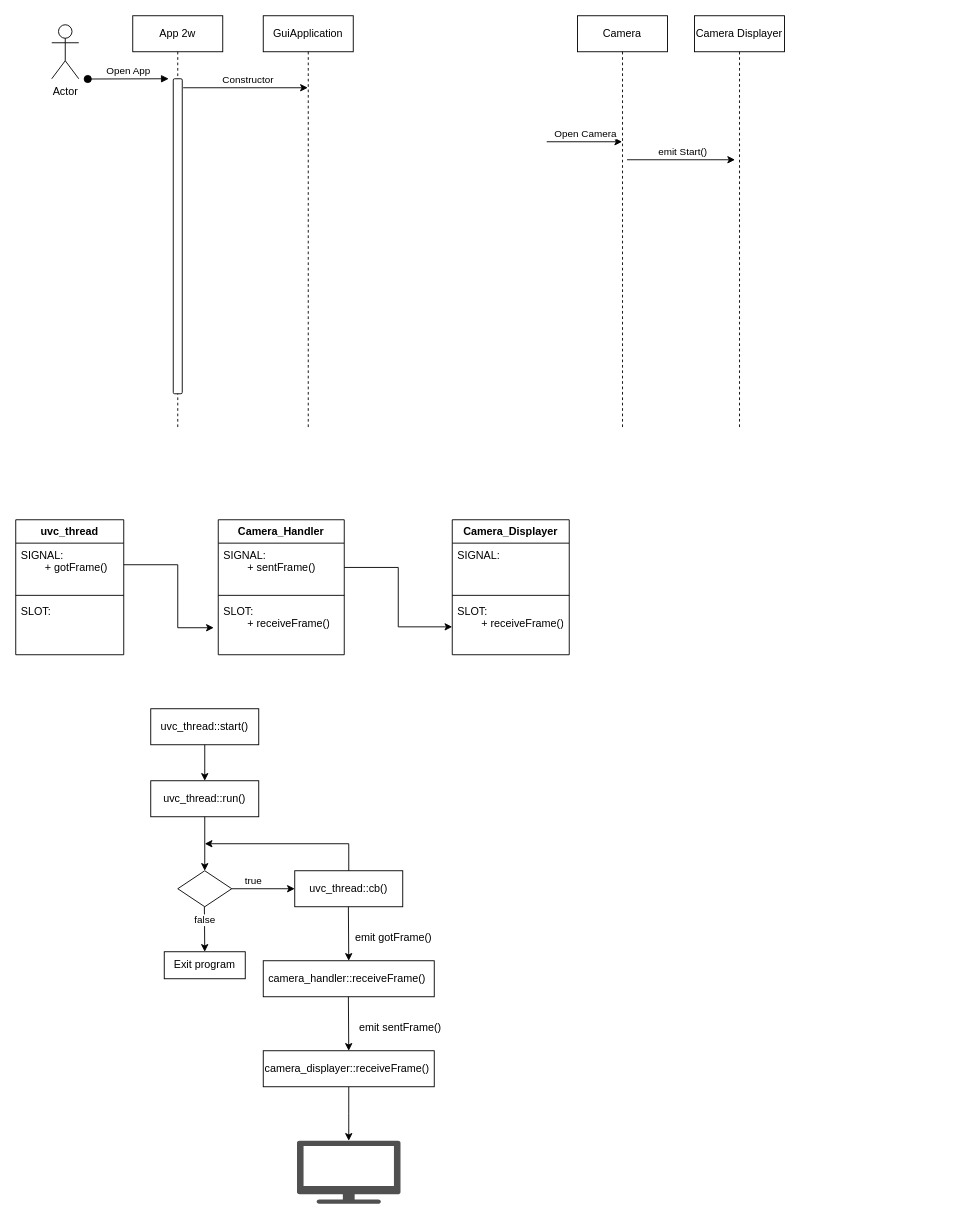
The draw.io diagram Stream_Flow.drawio in GNV8HC/Exercise, before the edit. Source tidied: cells renumbered, new cells numbered last; positions are measured from the earlier drawing's top-left corner, leaving out a move shared by most shapes. Both pictures are drawn from the tidied source at 90%, with x=0, y=0 at pixel (15, 15).
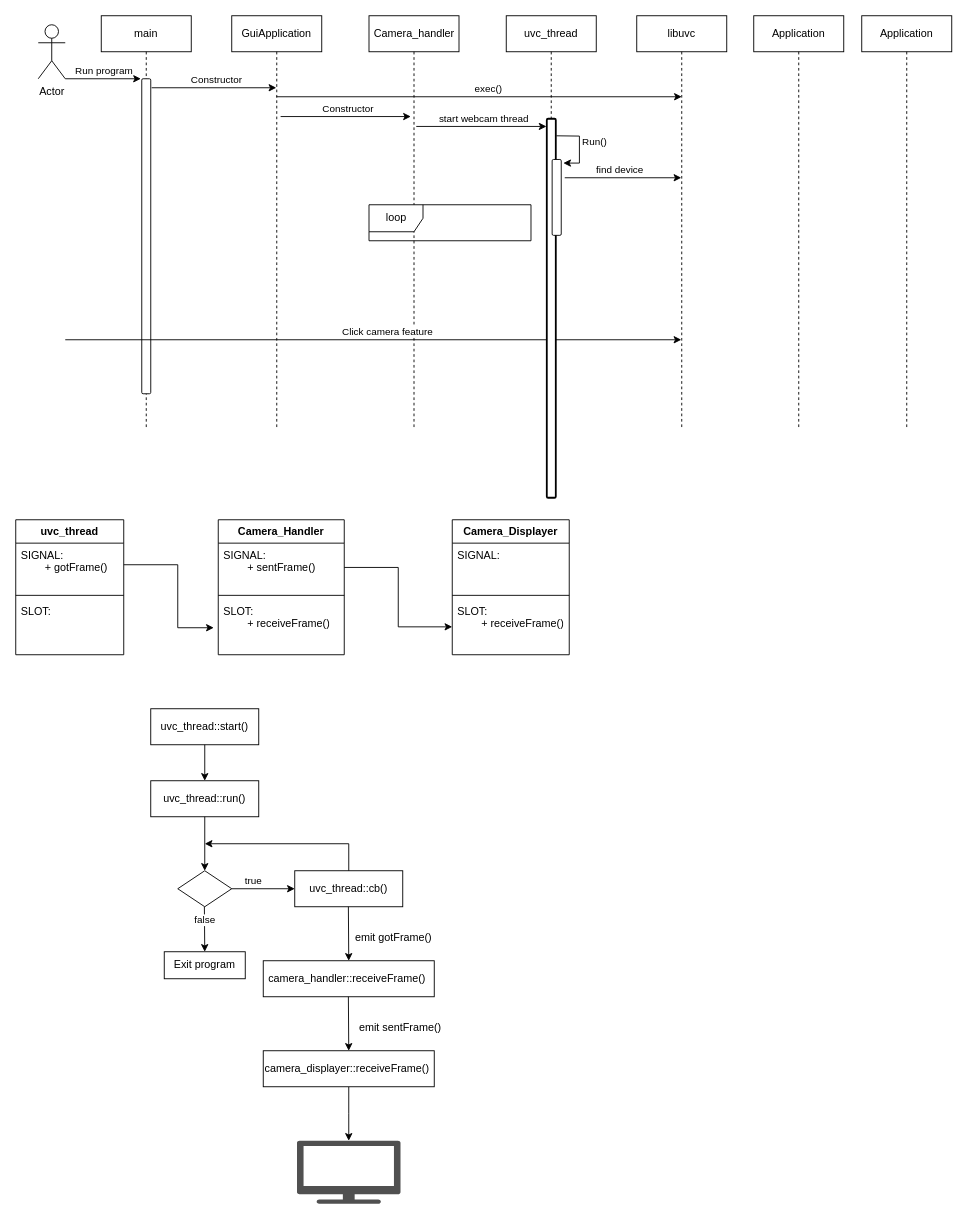
After the change.

What changed in the source:
```diff
@@
-    <mxCell id="2" value="App 2w" style="shape=umlLifeline;perimeter=lifelinePerimeter;whiteSpace=wrap;html=1;newEdgeStyle={&quot;edgeStyle&quot;:&quot;elbowEdgeStyle&quot;,&quot;elbow&quot;:&quot;vertical&quot;,&quot;curved&quot;:0,&quot;rounded&quot;:0};" parent="1" vertex="1">
-      <mxGeometry x="130" width="100" height="460" as="geometry" />
+    <mxCell id="2" value="main" style="shape=umlLifeline;perimeter=lifelinePerimeter;whiteSpace=wrap;html=1;newEdgeStyle={&quot;edgeStyle&quot;:&quot;elbowEdgeStyle&quot;,&quot;elbow&quot;:&quot;vertical&quot;,&quot;curved&quot;:0,&quot;rounded&quot;:0};" parent="1" vertex="1">
+      <mxGeometry x="95" width="100" height="460" as="geometry" />
     </mxCell>
-    <mxCell id="3" value="Actor" style="shape=umlActor;verticalLabelPosition=bottom;verticalAlign=top;html=1;" parent="1" vertex="1">
-      <mxGeometry x="40" y="10" width="30" height="60" as="geometry" />
-    </mxCell>
-    <mxCell id="4" value="Open App" style="html=1;verticalAlign=bottom;startArrow=oval;endArrow=block;startSize=8;edgeStyle=elbowEdgeStyle;elbow=vertical;curved=0;rounded=0;" parent="1" edge="1">
-      <mxGeometry relative="1" as="geometry">
-        <mxPoint x="80" y="70.3" as="sourcePoint" />
-        <mxPoint x="170" y="70" as="targetPoint" />
-      </mxGeometry>
-    </mxCell>
     <mxCell id="5" style="rounded=1;whiteSpace=wrap;html=1;rotation=90;" parent="1" vertex="1">
-      <mxGeometry x="5" y="240" width="350" height="10" as="geometry" />
+      <mxGeometry x="-30" y="240" width="350" height="10" as="geometry" />
     </mxCell>
-    <mxCell id="6" value="Camera" style="shape=umlLifeline;perimeter=lifelinePerimeter;whiteSpace=wrap;html=1;outlineConnect=0;portConstraint=eastwest;newEdgeStyle={&quot;edgeStyle&quot;:&quot;elbowEdgeStyle&quot;,&quot;elbow&quot;:&quot;vertical&quot;,&quot;curved&quot;:0,&quot;rounded&quot;:0};" parent="1" vertex="1">
-      <mxGeometry x="624.2" width="100" height="460" as="geometry" />
+    <mxCell id="6" value="Camera_handler" style="shape=umlLifeline;perimeter=lifelinePerimeter;whiteSpace=wrap;html=1;outlineConnect=0;portConstraint=eastwest;newEdgeStyle={&quot;edgeStyle&quot;:&quot;elbowEdgeStyle&quot;,&quot;elbow&quot;:&quot;vertical&quot;,&quot;curved&quot;:0,&quot;rounded&quot;:0};" parent="1" vertex="1">
+      <mxGeometry x="392.5" width="100" height="460" as="geometry" />
     </mxCell>
-    <mxCell id="7" style="endArrow=classic;html=1;rounded=0;" parent="1" edge="1" target="6">
+    <mxCell id="7" style="endArrow=classic;html=1;rounded=0;" parent="1" edge="1">
       <mxGeometry relative="1" as="geometry">
-        <mxPoint x="590" y="140" as="sourcePoint" />
+        <mxPoint x="294.3" y="112" as="sourcePoint" />
+        <mxPoint x="439" y="112" as="targetPoint" />
       </mxGeometry>
     </mxCell>
-    <mxCell id="8" value="Open Camera" style="edgeLabel;html=1;align=center;verticalAlign=middle;" parent="7" vertex="1">
+    <mxCell id="8" value="Constructor" style="edgeLabel;html=1;align=center;verticalAlign=middle;" parent="7" vertex="1">
       <mxGeometry x="0.05" y="-1" relative="1" as="geometry">
         <mxPoint x="-2" y="-11" as="offset" />
       </mxGeometry>
     </mxCell>
-    <mxCell id="9" value="Camera Displayer" style="shape=umlLifeline;perimeter=lifelinePerimeter;whiteSpace=wrap;html=1;newEdgeStyle={&quot;edgeStyle&quot;:&quot;elbowEdgeStyle&quot;,&quot;elbow&quot;:&quot;vertical&quot;,&quot;curved&quot;:0,&quot;rounded&quot;:0};" parent="1" vertex="1">
-      <mxGeometry x="754.2" width="100" height="460" as="geometry" />
+    <mxCell id="9" value="Application" style="shape=umlLifeline;perimeter=lifelinePerimeter;whiteSpace=wrap;html=1;newEdgeStyle={&quot;edgeStyle&quot;:&quot;elbowEdgeStyle&quot;,&quot;elbow&quot;:&quot;vertical&quot;,&quot;curved&quot;:0,&quot;rounded&quot;:0};" parent="1" vertex="1">
+      <mxGeometry x="820" width="100" height="460" as="geometry" />
     </mxCell>
-    <mxCell id="10" style="endArrow=classic;html=1;rounded=0;" parent="1" edge="1">
+    <mxCell id="10" style="endArrow=classic;html=1;rounded=0;" parent="1" edge="1" source="46">
       <mxGeometry relative="1" as="geometry">
-        <mxPoint x="679.2" y="160" as="sourcePoint" />
-        <mxPoint x="799.2" y="160" as="targetPoint" />
+        <mxPoint x="740" y="90" as="targetPoint" />
       </mxGeometry>
     </mxCell>
-    <mxCell id="11" value="emit Start()" style="edgeLabel;html=1;align=center;verticalAlign=middle;" parent="10" vertex="1">
+    <mxCell id="11" value="exec()" style="edgeLabel;html=1;align=center;verticalAlign=middle;" parent="10" vertex="1">
       <mxGeometry x="0.05" y="-1" relative="1" as="geometry">
         <mxPoint x="-2" y="-11" as="offset" />
       </mxGeometry>
     </mxCell>
@@
     <mxCell id="46" value="GuiApplication" style="shape=umlLifeline;perimeter=lifelinePerimeter;whiteSpace=wrap;html=1;outlineConnect=0;portConstraint=eastwest;newEdgeStyle={&quot;edgeStyle&quot;:&quot;elbowEdgeStyle&quot;,&quot;elbow&quot;:&quot;vertical&quot;,&quot;curved&quot;:0,&quot;rounded&quot;:0};" parent="1" vertex="1">
-      <mxGeometry x="275" width="100" height="460" as="geometry" />
+      <mxGeometry x="240" width="100" height="460" as="geometry" />
     </mxCell>
     <mxCell id="47" style="endArrow=classic;html=1;rounded=0;" parent="1" edge="1" target="46">
       <mxGeometry relative="1" as="geometry">
-        <mxPoint x="186" y="80" as="sourcePoint" />
+        <mxPoint x="151" y="80" as="sourcePoint" />
       </mxGeometry>
     </mxCell>
@@
+    <mxCell id="3" value="Actor" style="shape=umlActor;verticalLabelPosition=bottom;verticalAlign=top;html=1;" parent="1" vertex="1">
+      <mxGeometry x="25" y="10" width="30" height="60" as="geometry" />
+    </mxCell>
+    <mxCell id="49" style="endArrow=classic;html=1;rounded=0;" parent="1" edge="1">
+      <mxGeometry relative="1" as="geometry">
+        <mxPoint x="55" y="70" as="sourcePoint" />
+        <mxPoint x="139" y="70" as="targetPoint" />
+      </mxGeometry>
+    </mxCell>
+    <mxCell id="50" value="Run program" style="edgeLabel;html=1;align=center;verticalAlign=middle;" parent="49" vertex="1">
+      <mxGeometry x="0.05" y="-1" relative="1" as="geometry">
+        <mxPoint x="-2" y="-11" as="offset" />
+      </mxGeometry>
+    </mxCell>
+    <mxCell id="51" value="uvc_thread" style="shape=umlLifeline;perimeter=lifelinePerimeter;whiteSpace=wrap;html=1;newEdgeStyle={&quot;edgeStyle&quot;:&quot;elbowEdgeStyle&quot;,&quot;elbow&quot;:&quot;vertical&quot;,&quot;curved&quot;:0,&quot;rounded&quot;:0};" parent="1" vertex="1">
+      <mxGeometry x="545" width="100" height="460" as="geometry" />
+    </mxCell>
+    <mxCell id="52" style="endArrow=classic;html=1;rounded=0;" parent="1" edge="1">
+      <mxGeometry relative="1" as="geometry">
+        <mxPoint x="445" y="123" as="sourcePoint" />
+        <mxPoint x="589.7" y="123" as="targetPoint" />
+      </mxGeometry>
+    </mxCell>
+    <mxCell id="53" value="start webcam thread" style="edgeLabel;html=1;align=center;verticalAlign=middle;" parent="52" vertex="1">
+      <mxGeometry x="0.05" y="-1" relative="1" as="geometry">
+        <mxPoint x="-2" y="-11" as="offset" />
+      </mxGeometry>
+    </mxCell>
+    <mxCell id="54" value="Application" style="shape=umlLifeline;perimeter=lifelinePerimeter;whiteSpace=wrap;html=1;newEdgeStyle={&quot;edgeStyle&quot;:&quot;elbowEdgeStyle&quot;,&quot;elbow&quot;:&quot;vertical&quot;,&quot;curved&quot;:0,&quot;rounded&quot;:0};" parent="1" vertex="1">
+      <mxGeometry x="940" width="100" height="460" as="geometry" />
+    </mxCell>
+    <mxCell id="55" style="endArrow=classic;html=1;rounded=0;" parent="1" edge="1">
+      <mxGeometry relative="1" as="geometry">
+        <mxPoint x="55" y="360" as="sourcePoint" />
+        <mxPoint x="739.5" y="360" as="targetPoint" />
+      </mxGeometry>
+    </mxCell>
+    <mxCell id="56" value="Click camera feature" style="edgeLabel;html=1;align=center;verticalAlign=middle;" parent="55" vertex="1">
+      <mxGeometry x="0.05" y="-1" relative="1" as="geometry">
+        <mxPoint x="-2" y="-11" as="offset" />
+      </mxGeometry>
+    </mxCell>
+    <mxCell id="57" style="endArrow=classic;html=1;rounded=0;exitX=0.045;exitY=-0.066;exitDx=0;exitDy=0;exitPerimeter=0;" parent="1" edge="1" source="59">
+      <mxGeometry relative="1" as="geometry">
+        <mxPoint x="608.4" y="163.7" as="targetPoint" />
+        <Array as="points">
+          <mxPoint x="626.3" y="133.7" />
+          <mxPoint x="626.3" y="163.7" />
+        </Array>
+      </mxGeometry>
+    </mxCell>
+    <mxCell id="58" value="Run()" style="edgeLabel;html=1;align=center;verticalAlign=middle;" parent="57" vertex="1">
+      <mxGeometry x="-0.7" relative="1" as="geometry">
+        <mxPoint x="31" y="6" as="offset" />
+      </mxGeometry>
+    </mxCell>
+    <mxCell id="59" style="rounded=1;whiteSpace=wrap;html=1;rotation=90;strokeWidth=2;" parent="1" vertex="1">
+      <mxGeometry x="384.5" y="320" width="421.1" height="10" as="geometry" />
+    </mxCell>
+    <mxCell id="60" style="rounded=1;whiteSpace=wrap;html=1;rotation=90;" parent="1" vertex="1">
+      <mxGeometry x="558.9" y="196.8" width="84.3" height="10.1" as="geometry" />
+    </mxCell>
+    <mxCell id="61" value="loop" style="shape=umlFrame;whiteSpace=wrap;html=1;" parent="1" vertex="1">
+      <mxGeometry x="392.5" y="210" width="180" height="40" as="geometry" />
+    </mxCell>
+    <mxCell id="62" value="libuvc" style="shape=umlLifeline;perimeter=lifelinePerimeter;whiteSpace=wrap;html=1;outlineConnect=0;portConstraint=eastwest;newEdgeStyle={&quot;edgeStyle&quot;:&quot;elbowEdgeStyle&quot;,&quot;elbow&quot;:&quot;vertical&quot;,&quot;curved&quot;:0,&quot;rounded&quot;:0};" parent="1" vertex="1">
+      <mxGeometry x="690" width="100" height="460" as="geometry" />
+    </mxCell>
+    <mxCell id="63" style="endArrow=classic;html=1;rounded=0;" parent="1" edge="1" target="62">
+      <mxGeometry relative="1" as="geometry">
+        <mxPoint x="610" y="180" as="sourcePoint" />
+      </mxGeometry>
+    </mxCell>
+    <mxCell id="64" value="find device" style="edgeLabel;html=1;align=center;verticalAlign=middle;" parent="63" vertex="1">
+      <mxGeometry x="-0.29" y="-1" relative="1" as="geometry">
+        <mxPoint x="14" y="-11" as="offset" />
+      </mxGeometry>
+    </mxCell>
```
